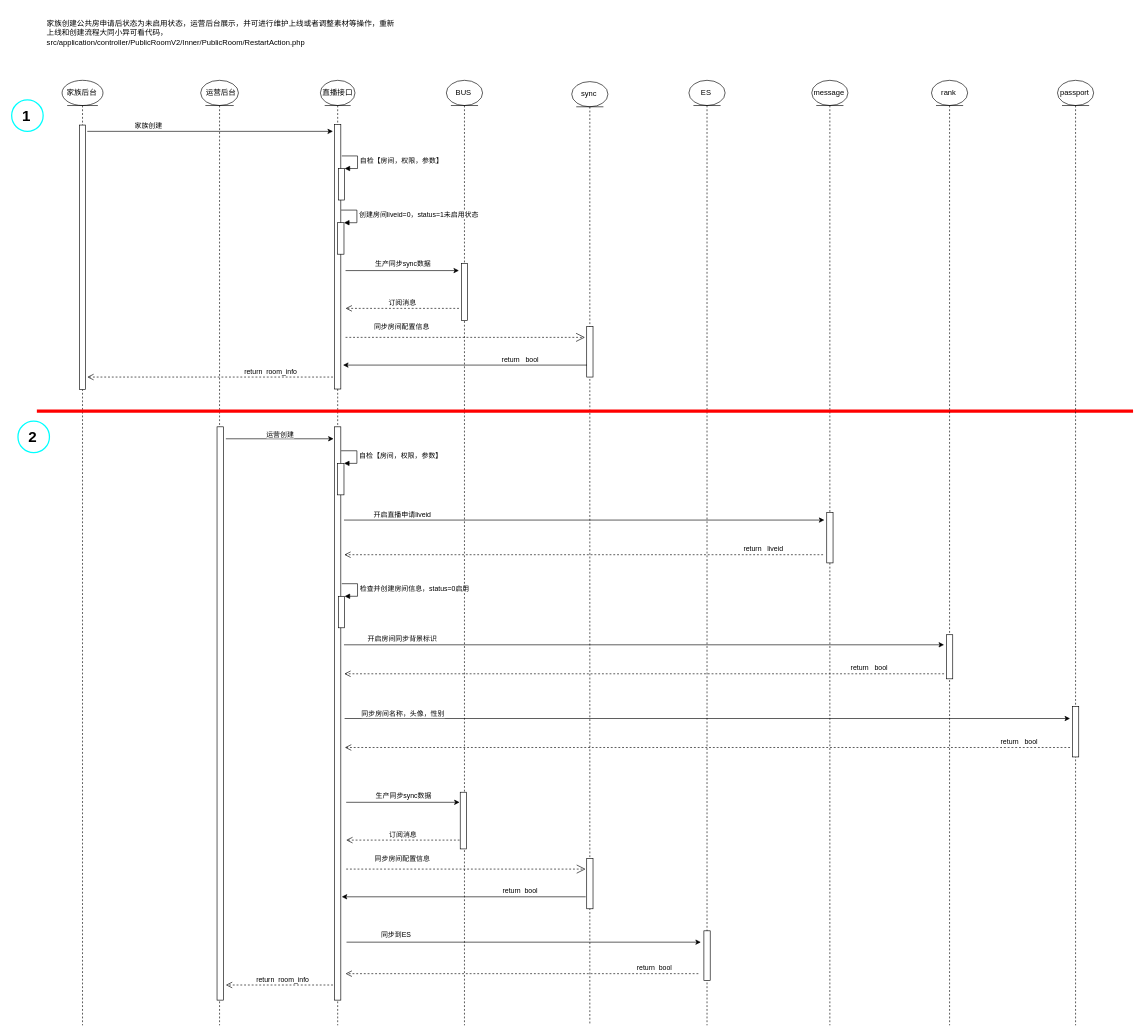
Earlier version of the draw.io diagram page "创建公共房" (11 of 11) of pepper/公共房.drawio (wclssdn/draw.io). Source tidied: cells renumbered, new cells numbered last; positions are measured from the earlier drawing's top-left corner, leaving out a move shared by most shapes. Both pictures are drawn from the tidied source at 63%, with x=0, y=0 at pixel (11, 11).
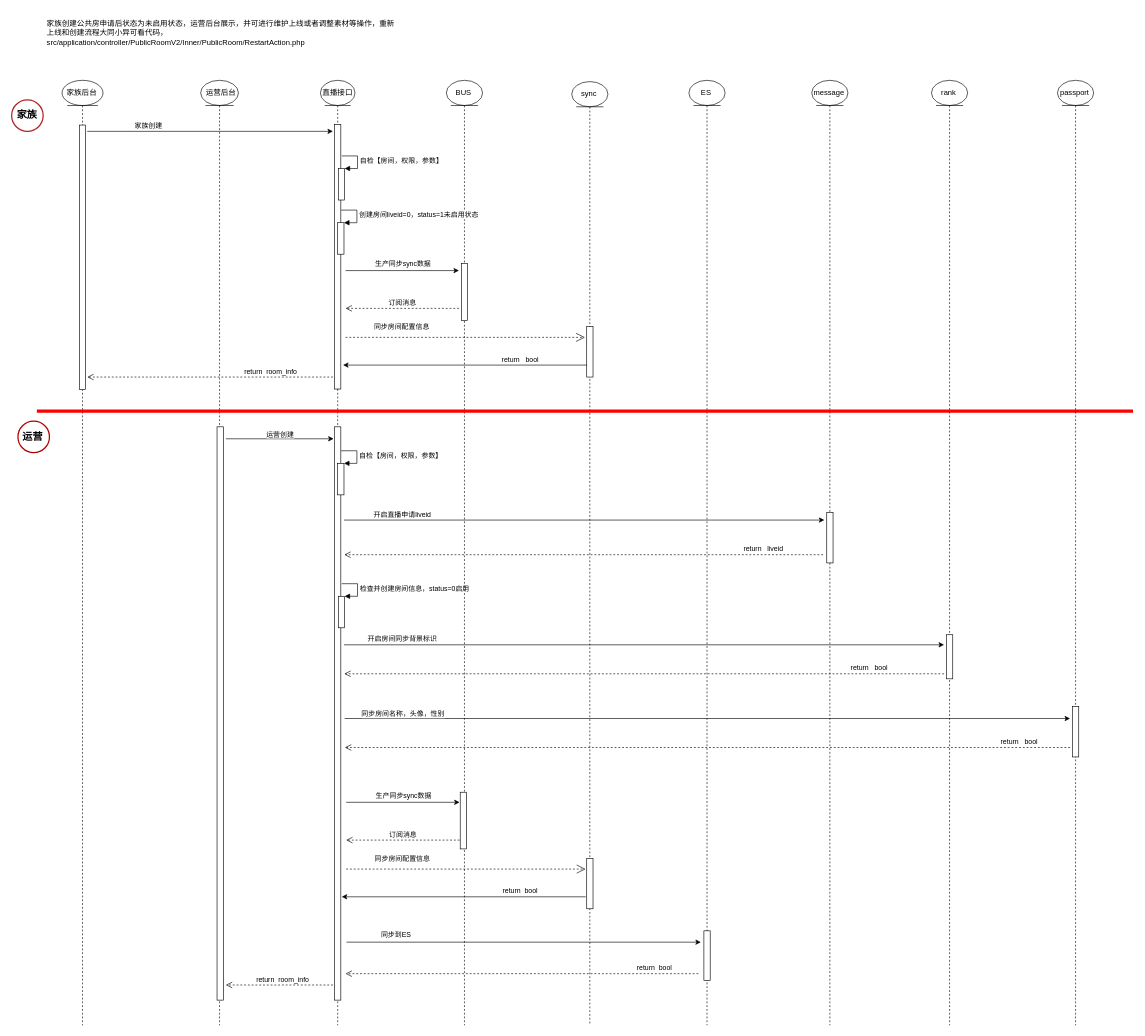
The same diagram, later.

What changed in the source:
```diff
@@
-    <mxCell id="59" style="verticalLabelPosition=bottom;verticalAlign=top;html=1;shape=mxgraph.flowchart.on-page_reference;strokeColor=#00FFFF;strokeWidth=2;fontColor=default;" parent="1" vertex="1">
+    <mxCell id="59" style="verticalLabelPosition=bottom;verticalAlign=top;html=1;shape=mxgraph.flowchart.on-page_reference;strokeColor=#B02323;strokeWidth=2;fontColor=default;" parent="1" vertex="1">
       <mxGeometry y="141" width="50" height="50" as="geometry" />
     </mxCell>
-    <mxCell id="60" value="1" style="text;strokeColor=none;fillColor=none;html=1;fontSize=24;fontStyle=1;verticalAlign=middle;align=center;fontColor=default;" parent="1" vertex="1">
-      <mxGeometry x="2" y="152" width="42" height="29" as="geometry" />
+    <mxCell id="60" value="&lt;font style=&quot;font-size: 16px&quot;&gt;家族&lt;/font&gt;" style="text;strokeColor=none;fillColor=none;html=1;fontSize=24;fontStyle=1;verticalAlign=middle;align=center;fontColor=default;" parent="1" vertex="1">
+      <mxGeometry x="3" y="148" width="42" height="29" as="geometry" />
     </mxCell>
-    <mxCell id="61" style="verticalLabelPosition=bottom;verticalAlign=top;html=1;shape=mxgraph.flowchart.on-page_reference;strokeColor=#00FFFF;strokeWidth=2;fontColor=default;" parent="1" vertex="1">
+    <mxCell id="61" style="verticalLabelPosition=bottom;verticalAlign=top;html=1;shape=mxgraph.flowchart.on-page_reference;strokeColor=#B00000;strokeWidth=2;fontColor=default;" parent="1" vertex="1">
       <mxGeometry x="10" y="651" width="50" height="50" as="geometry" />
     </mxCell>
-    <mxCell id="62" value="2" style="text;strokeColor=none;fillColor=none;html=1;fontSize=24;fontStyle=1;verticalAlign=middle;align=center;fontColor=default;" parent="1" vertex="1">
-      <mxGeometry x="12" y="662" width="42" height="29" as="geometry" />
+    <mxCell id="62" value="&lt;font style=&quot;font-size: 16px&quot;&gt;运营&lt;/font&gt;" style="text;strokeColor=none;fillColor=none;html=1;fontSize=24;fontStyle=1;verticalAlign=middle;align=center;fontColor=default;" parent="1" vertex="1">
+      <mxGeometry x="12" y="659" width="42" height="29" as="geometry" />
     </mxCell>
```
